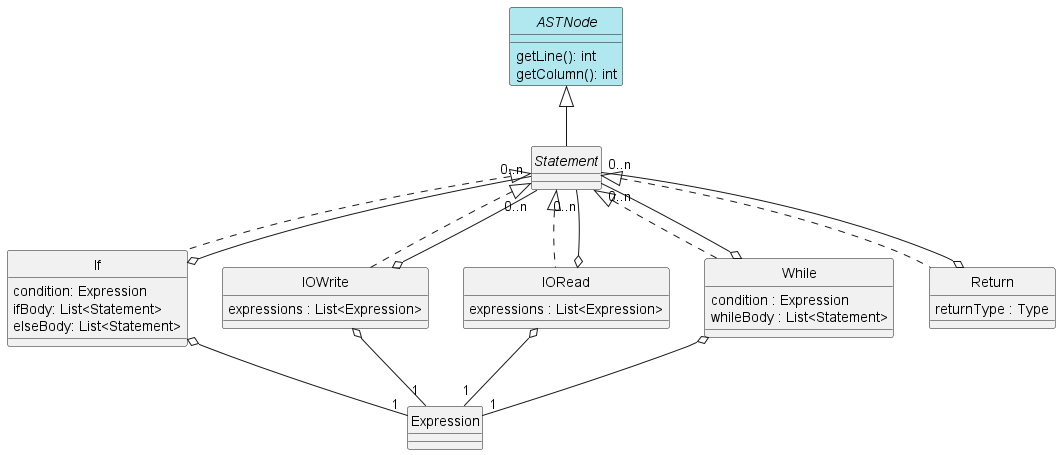
This is docs/diagrams/Statements.png from alvesit0/DLP-Compiler, a PlantUML export, as it was before one commit. The source it was exported from:
```plantuml
@startuml Statements
skinparam style strictuml
skinparam monochrome false


interface ASTNode #b1e8f0 {
    getLine(): int
    getColumn(): int
}

interface Statement

class If {
    condition: Expression
    ifBody: List<Statement>
    elseBody: List<Statement>
}

class IOWrite {
    expressions : List<Expression>
}

class IORead {
    expressions : List<Expression>
}

class While {
    condition : Expression
    whileBody : List<Statement>
}

class Return {
    returnType : Type
}

ASTNode <|-- Statement

Statement <|.. IOWrite
Statement <|.. IORead
Statement <|.. If
Statement <|.. While
Statement <|.. Return

If o--"1" Expression
IOWrite o--"1" Expression
IORead o--"1" Expression
While o--"1" Expression

If o--"0..n" Statement
IOWrite o--"0..n" Statement
IORead o--"0..n" Statement
While o--"0..n" Statement
Return o--"0..n" Statement

@enduml
```
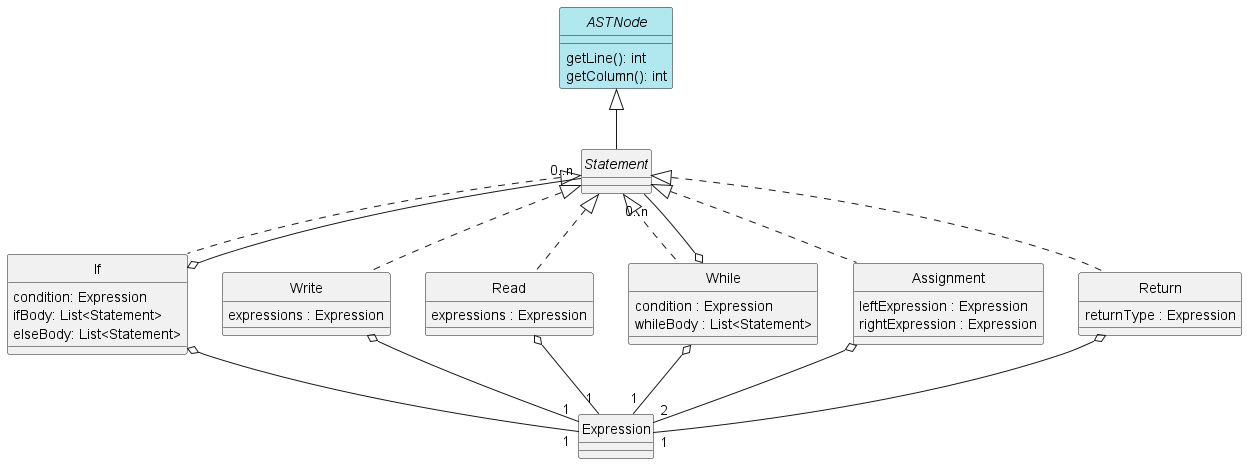
The same file after the commit.

Change to the diagram source:
```diff
@@ -16,12 +16,12 @@
     elseBody: List<Statement>
 }
 
-class IOWrite {
-    expressions : List<Expression>
+class Write {
+    expressions : Expression
 }
 
-class IORead {
-    expressions : List<Expression>
+class Read {
+    expressions : Expression
 }
 
 class While {
@@ -29,27 +29,32 @@
     whileBody : List<Statement>
 }
 
+class Assignment {
+    leftExpression : Expression
+    rightExpression : Expression
+}
+
 class Return {
-    returnType : Type
+    returnType : Expression
 }
 
 ASTNode <|-- Statement
 
-Statement <|.. IOWrite
-Statement <|.. IORead
+Statement <|.. Write
+Statement <|.. Read
 Statement <|.. If
 Statement <|.. While
 Statement <|.. Return
+Statement <|.. Assignment
 
 If o--"1" Expression
-IOWrite o--"1" Expression
-IORead o--"1" Expression
+Write o--"1" Expression
+Read o--"1" Expression
 While o--"1" Expression
+Assignment o--"2" Expression
+Return o--"1" Expression
 
 If o--"0..n" Statement
-IOWrite o--"0..n" Statement
-IORead o--"0..n" Statement
 While o--"0..n" Statement
-Return o--"0..n" Statement
 
 @enduml
```
